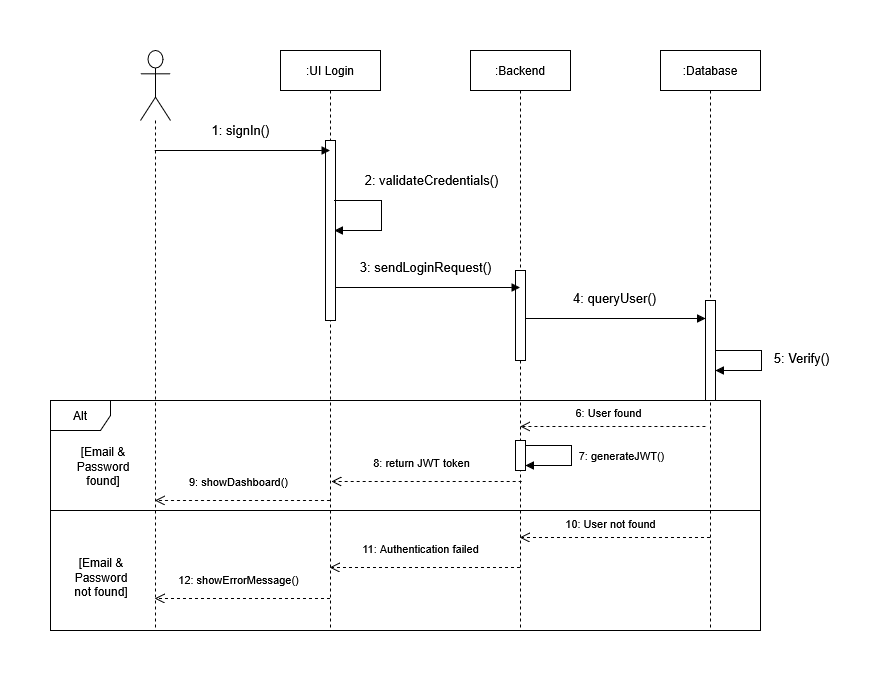
mahdi000666/DesignFlow keeps this draw.io diagram as docs/diagrams/SequenceAuth.drawio.png. Above is the earlier version. Source tidied: cells renumbered, new cells last; positions are measured from the earlier drawing's top-left corner, leaving out a move shared by most shapes.
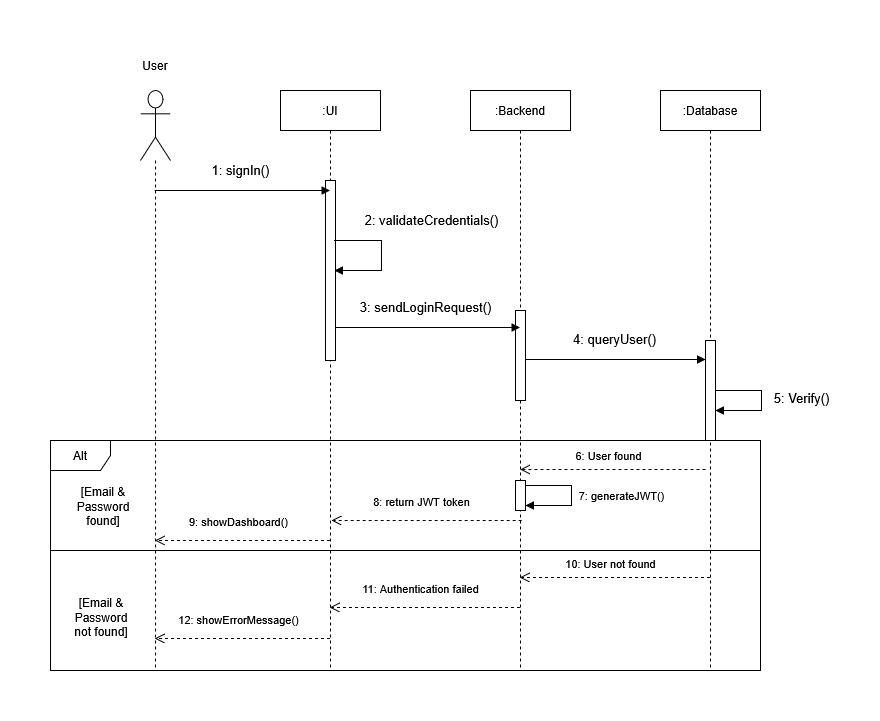
The same diagram one commit later.

The edit, as a diff of the source:
```diff
@@ -5,7 +5,7 @@
     <mxCell id="2" style="shape=umlLifeline;perimeter=lifelinePerimeter;whiteSpace=wrap;html=1;newEdgeStyle={&quot;curved&quot;:0,&quot;rounded&quot;:0};participant=umlActor;size=70;" parent="1" vertex="1">
       <mxGeometry x="90" width="30" height="580" as="geometry" />
     </mxCell>
-    <mxCell id="3" value=":UI Login" style="shape=umlLifeline;perimeter=lifelinePerimeter;whiteSpace=wrap;html=1;newEdgeStyle={&quot;curved&quot;:0,&quot;rounded&quot;:0};" parent="1" vertex="1">
+    <mxCell id="3" value=":UI" style="shape=umlLifeline;perimeter=lifelinePerimeter;whiteSpace=wrap;html=1;newEdgeStyle={&quot;curved&quot;:0,&quot;rounded&quot;:0};" parent="1" vertex="1">
       <mxGeometry x="230" width="100" height="580" as="geometry" />
     </mxCell>
     <mxCell id="4" style="html=1;perimeter=orthogonalPerimeter;targetShapes=umlLifeline;newEdgeStyle={&quot;curved&quot;:0,&quot;rounded&quot;:0};" parent="3" vertex="1">
@@ -58,8 +58,8 @@
     </mxCell>
     <mxCell id="13" value="4: queryUser()" style="html=1;verticalAlign=bottom;endArrow=block;strokeWidth=1;fontSize=13;" parent="1" edge="1">
       <mxGeometry x="-0.02" y="10" relative="1" as="geometry">
-        <mxPoint x="475" y="268" as="sourcePoint" />
-        <mxPoint x="655" y="268" as="targetPoint" />
+        <mxPoint x="475" y="269" as="sourcePoint" />
+        <mxPoint x="655" y="269" as="targetPoint" />
       </mxGeometry>
     </mxCell>
     <mxCell id="14" value="Alt" style="shape=umlFrame;whiteSpace=wrap;html=1;" parent="1" vertex="1">
@@ -94,14 +94,14 @@
     </mxCell>
     <mxCell id="21" value="6: User found" style="html=1;verticalAlign=bottom;endArrow=open;dashed=1;endSize=8;" parent="1" edge="1">
       <mxGeometry x="0.05" y="-4" relative="1" as="geometry">
-        <mxPoint x="655" y="376" as="sourcePoint" />
-        <mxPoint x="469.6" y="376" as="targetPoint" />
+        <mxPoint x="655" y="379" as="sourcePoint" />
+        <mxPoint x="469.6" y="379" as="targetPoint" />
       </mxGeometry>
     </mxCell>
     <mxCell id="22" value="8: return JWT token" style="html=1;verticalAlign=bottom;endArrow=open;dashed=1;endSize=8;" parent="1" edge="1">
       <mxGeometry x="0.05" y="-9" relative="1" as="geometry">
-        <mxPoint x="471.2" y="431" as="sourcePoint" />
-        <mxPoint x="281" y="431" as="targetPoint" />
+        <mxPoint x="471.2" y="430" as="sourcePoint" />
+        <mxPoint x="281" y="430" as="targetPoint" />
       </mxGeometry>
     </mxCell>
     <mxCell id="23" value="9: showDashboard()" style="html=1;verticalAlign=bottom;endArrow=open;dashed=1;endSize=8;" parent="1" edge="1">
@@ -122,5 +122,8 @@
         <mxPoint x="50" y="50" as="offset" />
       </mxGeometry>
     </mxCell>
+    <mxCell id="26" value="User" style="text;html=1;whiteSpace=wrap;strokeColor=none;fillColor=none;align=center;verticalAlign=middle;rounded=0;" parent="1" vertex="1">
+      <mxGeometry x="75" y="-40" width="60" height="30" as="geometry" />
+    </mxCell>
   </root>
 </mxGraphModel>
```
